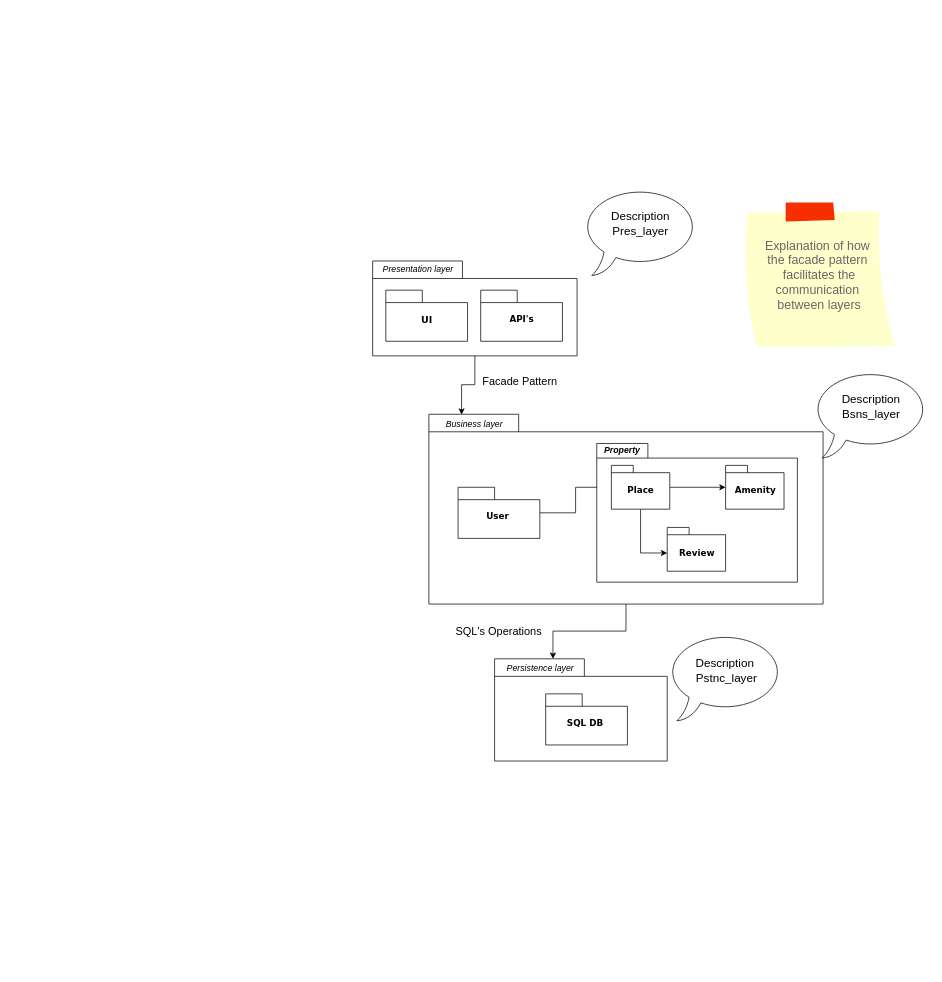
Above: HBnB Evolution - Package Diagram.drawio in JacobsDevs/HBnB_evolution (draw.io), before the change. Source tidied: cells renumbered, new cells numbered last; positions are measured from the earlier drawing's top-left corner, leaving out a move shared by most shapes. Both pictures are drawn from the tidied source at 73%, with x=0, y=0 at pixel (372, 188).
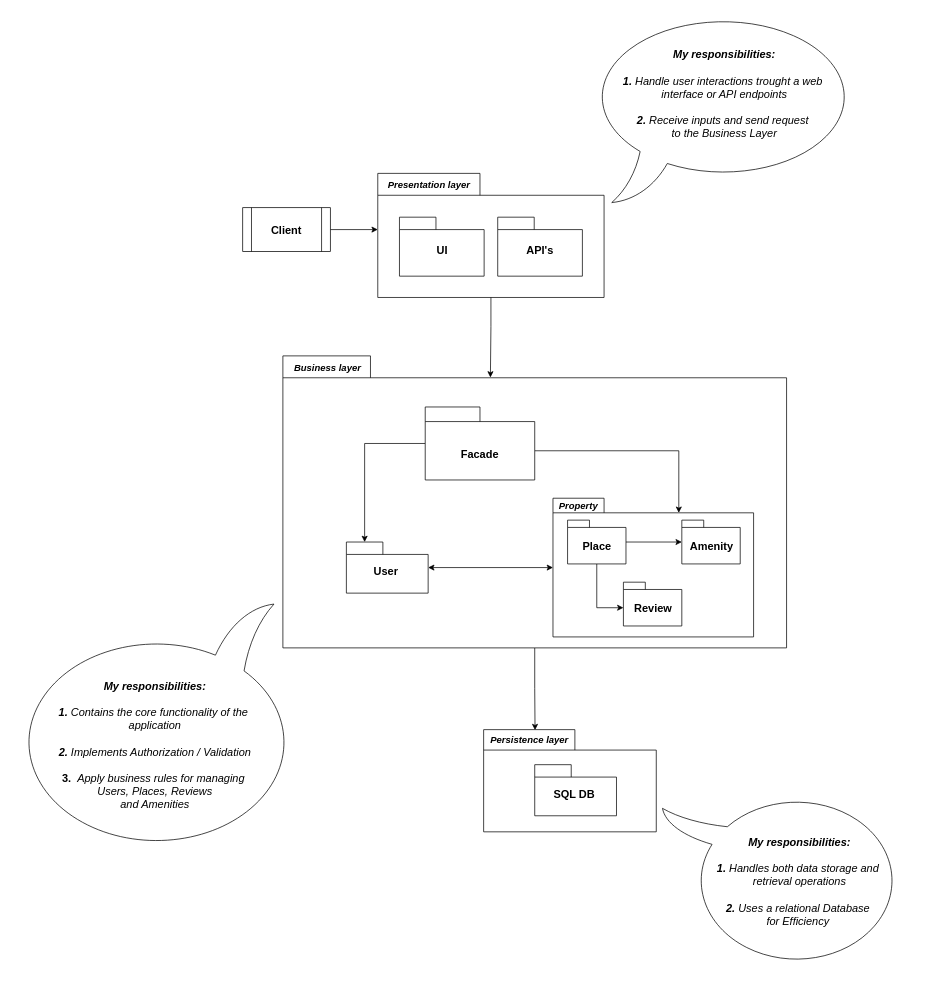
The same page after the edit.

Commit message:
Description of layers - HBnB Evolution

The edit, as a diff of the source:
```diff
@@
+    <mxCell id="32" style="edgeStyle=orthogonalEdgeStyle;rounded=0;jettySize=auto;html=1;endArrow=classic;endFill=1;entryX=0;entryY=0;entryDx=0;entryDy=77;entryPerimeter=0;" parent="1" edge="1" source="33" target="3">
+      <mxGeometry relative="1" as="geometry" />
+    </mxCell>
+    <mxCell id="33" style="shape=process;whiteSpace=wrap;html=1;backgroundOutline=1;" parent="1" vertex="1">
+      <mxGeometry x="-178" y="27" width="120" height="60" as="geometry" />
+    </mxCell>
     <mxCell id="2" style="group;fontStyle=2;" parent="1" vertex="1">
-      <mxGeometry y="100" width="280" height="130" as="geometry" />
+      <mxGeometry x="7" y="-20" width="310" height="170" as="geometry" />
     </mxCell>
-    <mxCell id="3" style="shape=folder;fontStyle=1;spacingTop=10;tabWidth=123;tabHeight=24;tabPosition=left;html=1;rounded=0;shadow=0;comic=0;labelBackgroundColor=none;strokeWidth=1;fontFamily=Verdana;fontSize=10;align=center;" parent="2" vertex="1">
-      <mxGeometry width="280" height="130" as="geometry" />
+    <mxCell id="3" style="shape=folder;fontStyle=1;spacingTop=10;tabWidth=140;tabHeight=30;tabPosition=left;html=1;rounded=0;shadow=0;comic=0;labelBackgroundColor=none;strokeWidth=1;fontFamily=Verdana;fontSize=10;align=center;" parent="2" vertex="1">
+      <mxGeometry width="310" height="170" as="geometry" />
     </mxCell>
-    <mxCell id="4" value="&lt;font style=&quot;font-size: 13px;&quot;&gt;UI&lt;/font&gt;" style="shape=folder;fontStyle=1;spacingTop=10;tabWidth=50;tabHeight=17;tabPosition=left;html=1;rounded=0;shadow=0;comic=0;labelBackgroundColor=none;strokeWidth=1;fontFamily=Verdana;fontSize=10;align=center;" parent="2" vertex="1">
-      <mxGeometry x="18" y="40" width="112" height="70" as="geometry" />
+    <mxCell id="4" value="&lt;font face=&quot;Helvetica&quot; style=&quot;font-size: 15px;&quot;&gt;UI&lt;/font&gt;" style="shape=folder;fontStyle=1;spacingTop=10;tabWidth=50;tabHeight=17;tabPosition=left;html=1;rounded=0;shadow=0;comic=0;labelBackgroundColor=none;strokeWidth=1;fontFamily=Verdana;fontSize=10;align=center;" parent="2" vertex="1">
+      <mxGeometry x="29.7" y="60" width="116" height="80.8" as="geometry" />
     </mxCell>
-    <mxCell id="5" value="&lt;font style=&quot;font-size: 12px;&quot;&gt;API's&lt;/font&gt;" style="shape=folder;fontStyle=1;spacingTop=10;tabWidth=50;tabHeight=17;tabPosition=left;html=1;rounded=0;shadow=0;comic=0;labelBackgroundColor=none;strokeWidth=1;fontFamily=Verdana;fontSize=10;align=center;" parent="2" vertex="1">
-      <mxGeometry x="148" y="40" width="112" height="70" as="geometry" />
+    <mxCell id="5" value="&lt;font face=&quot;Helvetica&quot; style=&quot;font-size: 15px;&quot;&gt;API's&lt;/font&gt;" style="shape=folder;fontStyle=1;spacingTop=10;tabWidth=50;tabHeight=17;tabPosition=left;html=1;rounded=0;shadow=0;comic=0;labelBackgroundColor=none;strokeWidth=1;fontFamily=Verdana;fontSize=10;align=center;" parent="2" vertex="1">
+      <mxGeometry x="164.3" y="60" width="116" height="80.8" as="geometry" />
     </mxCell>
-    <mxCell id="6" value="&lt;i style=&quot;&quot;&gt;Presentation layer&lt;/i&gt;" style="text;html=1;align=center;verticalAlign=middle;whiteSpace=wrap;rounded=0;" parent="2" vertex="1">
-      <mxGeometry x="11" y="-3" width="103" height="30" as="geometry" />
+    <mxCell id="6" value="&lt;i&gt;&lt;b&gt;&lt;font style=&quot;font-size: 13px;&quot;&gt;Presentation layer&lt;/font&gt;&lt;/b&gt;&lt;/i&gt;" style="text;html=1;align=center;verticalAlign=middle;whiteSpace=wrap;rounded=0;fontSize=12;" parent="2" vertex="1">
+      <mxGeometry x="9" y="-1" width="123" height="34.6" as="geometry" />
     </mxCell>
-    <mxCell id="7" style="edgeStyle=orthogonalEdgeStyle;rounded=0;jettySize=auto;html=1;" parent="1" edge="1" source="8" target="15">
-      <mxGeometry relative="1" as="geometry">
-        <Array as="points">
-          <mxPoint x="347" y="607" />
-          <mxPoint x="247" y="607" />
-        </Array>
-      </mxGeometry>
-    </mxCell>
+    <mxCell id="34" style="edgeStyle=orthogonalEdgeStyle;rounded=0;jettySize=auto;html=1;entryX=0.562;entryY=0.056;entryDx=0;entryDy=0;entryPerimeter=0;" parent="1" edge="1" source="8" target="25">
+      <mxGeometry relative="1" as="geometry" />
+    </mxCell>
-    <mxCell id="8" style="shape=folder;fontStyle=1;spacingTop=10;tabWidth=123;tabHeight=24;tabPosition=left;html=1;rounded=0;shadow=0;comic=0;labelBackgroundColor=none;strokeColor=#000000;strokeWidth=1;fillColor=#ffffff;fontFamily=Verdana;fontSize=10;fontColor=#000000;align=center;" parent="1" vertex="1">
-      <mxGeometry x="77" y="310" width="540" height="260" as="geometry" />
+    <mxCell id="8" style="shape=folder;fontStyle=1;spacingTop=10;tabWidth=120;tabHeight=30;tabPosition=left;html=1;rounded=0;shadow=0;comic=0;labelBackgroundColor=none;strokeColor=#000000;strokeWidth=1;fillColor=#ffffff;fontFamily=Verdana;fontSize=10;fontColor=#000000;align=center;" parent="1" vertex="1">
+      <mxGeometry x="-123" y="230" width="690" height="400" as="geometry" />
     </mxCell>
-    <mxCell id="9" style="edgeStyle=orthogonalEdgeStyle;rounded=0;jettySize=auto;html=1;" parent="1" edge="1" source="10" target="14">
+    <mxCell id="9" style="edgeStyle=orthogonalEdgeStyle;rounded=0;jettySize=auto;html=1;startArrow=classic;startFill=1;endArrow=classic;endFill=1;" parent="1" edge="1" source="10" target="11">
       <mxGeometry relative="1" as="geometry" />
     </mxCell>
-    <mxCell id="10" value="User&amp;nbsp;" style="shape=folder;fontStyle=1;spacingTop=10;tabWidth=50;tabHeight=17;tabPosition=left;html=1;rounded=0;shadow=0;comic=0;labelBackgroundColor=none;strokeColor=#000000;strokeWidth=1;fillColor=#ffffff;fontFamily=Verdana;fontSize=12;fontColor=#000000;align=center;" parent="1" vertex="1">
-      <mxGeometry x="117" y="410" width="112" height="70" as="geometry" />
+    <mxCell id="10" value="&lt;font style=&quot;font-size: 15px;&quot; face=&quot;Helvetica&quot;&gt;User&amp;nbsp;&lt;/font&gt;" style="shape=folder;fontStyle=1;spacingTop=10;tabWidth=50;tabHeight=17;tabPosition=left;html=1;rounded=0;shadow=0;comic=0;labelBackgroundColor=none;strokeColor=#000000;strokeWidth=1;fillColor=#ffffff;fontFamily=Verdana;fontSize=12;fontColor=#000000;align=center;" parent="1" vertex="1">
+      <mxGeometry x="-36" y="485" width="112" height="70" as="geometry" />
     </mxCell>
     <mxCell id="11" style="shape=folder;fontStyle=1;spacingTop=10;tabWidth=70;tabHeight=20;tabPosition=left;html=1;rounded=0;shadow=0;comic=0;labelBackgroundColor=none;strokeColor=#000000;strokeWidth=1;fillColor=#ffffff;fontFamily=Verdana;fontSize=10;fontColor=#000000;align=center;" parent="1" vertex="1">
-      <mxGeometry x="307" y="350" width="274.8" height="190" as="geometry" />
+      <mxGeometry x="247" y="425" width="274.8" height="190" as="geometry" />
     </mxCell>
@@
-    <mxCell id="14" value="&lt;font style=&quot;font-size: 12px;&quot;&gt;Place&lt;/font&gt;" style="shape=folder;fontStyle=1;spacingTop=10;tabWidth=30;tabHeight=10;tabPosition=left;html=1;rounded=0;shadow=0;comic=0;labelBackgroundColor=none;strokeColor=#000000;strokeWidth=1;fillColor=#ffffff;fontFamily=Verdana;fontSize=10;fontColor=#000000;align=center;" parent="1" vertex="1">
-      <mxGeometry x="327" y="380" width="80" height="60" as="geometry" />
+    <mxCell id="14" value="&lt;font face=&quot;Helvetica&quot; style=&quot;font-size: 15px;&quot;&gt;Place&lt;/font&gt;" style="shape=folder;fontStyle=1;spacingTop=10;tabWidth=30;tabHeight=10;tabPosition=left;html=1;rounded=0;shadow=0;comic=0;labelBackgroundColor=none;strokeColor=#000000;strokeWidth=1;fillColor=#ffffff;fontFamily=Verdana;fontSize=10;fontColor=#000000;align=center;" parent="1" vertex="1">
+      <mxGeometry x="267" y="455" width="80" height="60" as="geometry" />
     </mxCell>
-    <mxCell id="15" style="shape=folder;fontStyle=1;spacingTop=10;tabWidth=123;tabHeight=24;tabPosition=left;html=1;rounded=0;shadow=0;comic=0;labelBackgroundColor=none;strokeWidth=1;fontFamily=Verdana;fontSize=10;align=center;" parent="1" vertex="1">
-      <mxGeometry x="167" y="645" width="236.5" height="140" as="geometry" />
+    <mxCell id="15" style="shape=folder;fontStyle=1;spacingTop=10;tabWidth=125;tabHeight=28;tabPosition=left;html=1;rounded=0;shadow=0;comic=0;labelBackgroundColor=none;strokeWidth=1;fontFamily=Verdana;fontSize=10;align=center;" parent="1" vertex="1">
+      <mxGeometry x="152" y="742" width="236.5" height="140" as="geometry" />
     </mxCell>
-    <mxCell id="16" value="&lt;font style=&quot;font-size: 12px;&quot;&gt;SQL DB&amp;nbsp;&lt;/font&gt;" style="shape=folder;fontStyle=1;spacingTop=10;tabWidth=50;tabHeight=17;tabPosition=left;html=1;rounded=0;shadow=0;comic=0;labelBackgroundColor=none;strokeWidth=1;fontFamily=Verdana;fontSize=10;align=center;" parent="1" vertex="1">
-      <mxGeometry x="237" y="693" width="112" height="70" as="geometry" />
+    <mxCell id="16" value="&lt;font face=&quot;Helvetica&quot; style=&quot;font-size: 15px;&quot;&gt;SQL DB&amp;nbsp;&lt;/font&gt;" style="shape=folder;fontStyle=1;spacingTop=10;tabWidth=50;tabHeight=17;tabPosition=left;html=1;rounded=0;shadow=0;comic=0;labelBackgroundColor=none;strokeWidth=1;fontFamily=Verdana;fontSize=10;align=center;" parent="1" vertex="1">
+      <mxGeometry x="222" y="790" width="112" height="70" as="geometry" />
     </mxCell>
-    <mxCell id="17" style="whiteSpace=wrap;html=1;shape=mxgraph.basic.oval_callout;" parent="1" vertex="1">
-      <mxGeometry x="287" width="160" height="120" as="geometry" />
+    <mxCell id="17" style="whiteSpace=wrap;html=1;shape=mxgraph.basic.oval_callout;align=center;" parent="1" vertex="1">
+      <mxGeometry x="297" y="-240" width="370" height="260" as="geometry" />
     </mxCell>
-    <mxCell id="18" value="Description Pres_layer" style="text;html=1;align=center;verticalAlign=middle;whiteSpace=wrap;rounded=0;fontSize=16;" parent="1" vertex="1">
-      <mxGeometry x="322" y="20" width="90" height="58" as="geometry" />
-    </mxCell>
-    <mxCell id="19" style="whiteSpace=wrap;html=1;shape=mxgraph.basic.oval_callout;" parent="1" vertex="1">
-      <mxGeometry x="602.5" y="250" width="160" height="120" as="geometry" />
-    </mxCell>
-    <mxCell id="20" value="Description Bsns_layer" style="text;html=1;align=center;verticalAlign=middle;whiteSpace=wrap;rounded=0;fontSize=16;" parent="1" vertex="1">
-      <mxGeometry x="637.5" y="270" width="90" height="58" as="geometry" />
-    </mxCell>
-    <mxCell id="21" style="whiteSpace=wrap;html=1;shape=mxgraph.basic.oval_callout;" parent="1" vertex="1">
-      <mxGeometry x="403.5" y="610" width="160" height="120" as="geometry" />
-    </mxCell>
-    <mxCell id="22" value="Description&amp;nbsp;&lt;div&gt;Pstnc_layer&lt;/div&gt;" style="text;html=1;align=center;verticalAlign=middle;whiteSpace=wrap;rounded=0;fontSize=16;" parent="1" vertex="1">
-      <mxGeometry x="439.5" y="632" width="90" height="58" as="geometry" />
-    </mxCell>
-    <mxCell id="23" value="&lt;i style=&quot;&quot;&gt;Business layer&lt;/i&gt;" style="text;html=1;align=center;verticalAlign=middle;whiteSpace=wrap;rounded=0;" parent="1" vertex="1">
-      <mxGeometry x="87.5" y="309" width="103" height="30" as="geometry" />
+    <mxCell id="23" value="&lt;i style=&quot;&quot;&gt;&lt;b&gt;&lt;font style=&quot;font-size: 13px;&quot;&gt;Business layer&lt;/font&gt;&lt;/b&gt;&lt;/i&gt;" style="text;html=1;align=center;verticalAlign=middle;whiteSpace=wrap;rounded=0;" parent="1" vertex="1">
+      <mxGeometry x="-113" y="231" width="103" height="30" as="geometry" />
     </mxCell>
-    <mxCell id="24" value="&lt;i&gt;&lt;b&gt;Property&lt;/b&gt;&lt;/i&gt;" style="text;html=1;align=center;verticalAlign=middle;whiteSpace=wrap;rounded=0;" parent="1" vertex="1">
-      <mxGeometry x="312" y="345" width="60" height="30" as="geometry" />
+    <mxCell id="24" value="&lt;i&gt;&lt;b&gt;&lt;font style=&quot;font-size: 13px;&quot;&gt;Property&lt;/font&gt;&lt;/b&gt;&lt;/i&gt;" style="text;html=1;align=center;verticalAlign=middle;whiteSpace=wrap;rounded=0;" parent="1" vertex="1">
+      <mxGeometry x="252" y="420" width="60" height="30" as="geometry" />
     </mxCell>
-    <mxCell id="25" value="&lt;i&gt;Persistence layer&lt;/i&gt;" style="text;html=1;align=center;verticalAlign=middle;whiteSpace=wrap;rounded=0;" parent="1" vertex="1">
-      <mxGeometry x="170" y="643" width="120" height="30" as="geometry" />
+    <mxCell id="25" value="&lt;span&gt;&lt;font style=&quot;font-size: 13px;&quot;&gt;Persistence layer&lt;/font&gt;&lt;/span&gt;" style="text;html=1;align=center;verticalAlign=middle;whiteSpace=wrap;rounded=0;fontStyle=3;" parent="1" vertex="1">
+      <mxGeometry x="155" y="741" width="120" height="30" as="geometry" />
     </mxCell>
-    <mxCell id="26" value="&lt;font style=&quot;font-size: 15px;&quot;&gt;Facade Pattern&lt;/font&gt;" style="text;html=1;align=center;verticalAlign=middle;whiteSpace=wrap;rounded=0;" parent="1" vertex="1">
-      <mxGeometry x="127" y="240" width="150" height="50" as="geometry" />
+    <mxCell id="26" value="&lt;b style=&quot;&quot;&gt;&lt;font face=&quot;Helvetica&quot; style=&quot;font-size: 15px;&quot;&gt;Client&lt;/font&gt;&lt;/b&gt;" style="text;html=1;align=center;verticalAlign=middle;whiteSpace=wrap;rounded=0;" parent="1" vertex="1">
+      <mxGeometry x="-193" y="32" width="150" height="50" as="geometry" />
     </mxCell>
-    <mxCell id="27" value="&lt;font style=&quot;font-size: 15px;&quot;&gt;SQL's Operations&lt;/font&gt;" style="text;html=1;align=center;verticalAlign=middle;whiteSpace=wrap;rounded=0;" parent="1" vertex="1">
-      <mxGeometry x="98" y="582" width="150" height="50" as="geometry" />
-    </mxCell>
-    <mxCell id="28" style="edgeStyle=orthogonalEdgeStyle;rounded=0;jettySize=auto;html=1;entryX=0.333;entryY=0.051;entryDx=0;entryDy=0;entryPerimeter=0;" parent="1" edge="1" source="3" target="23">
-      <mxGeometry relative="1" as="geometry" />
-    </mxCell>
-    <mxCell id="29" value="&lt;font style=&quot;font-size: 12px;&quot;&gt;Review&lt;/font&gt;" style="shape=folder;fontStyle=1;spacingTop=10;tabWidth=30;tabHeight=10;tabPosition=left;html=1;rounded=0;shadow=0;comic=0;labelBackgroundColor=none;strokeColor=#000000;strokeWidth=1;fillColor=#ffffff;fontFamily=Verdana;fontSize=10;fontColor=#000000;align=center;" parent="1" vertex="1">
-      <mxGeometry x="403.5" y="465" width="80" height="60" as="geometry" />
+    <mxCell id="29" value="&lt;font face=&quot;Helvetica&quot; style=&quot;font-size: 15px;&quot;&gt;Review&lt;/font&gt;" style="shape=folder;fontStyle=1;spacingTop=10;tabWidth=30;tabHeight=10;tabPosition=left;html=1;rounded=0;shadow=0;comic=0;labelBackgroundColor=none;strokeColor=#000000;strokeWidth=1;fillColor=#ffffff;fontFamily=Verdana;fontSize=10;fontColor=#000000;align=center;" parent="1" vertex="1">
+      <mxGeometry x="343.5" y="540" width="80" height="60" as="geometry" />
     </mxCell>
-    <mxCell id="30" value="&lt;font style=&quot;font-size: 12px;&quot;&gt;Amenity&lt;/font&gt;" style="shape=folder;fontStyle=1;spacingTop=10;tabWidth=30;tabHeight=10;tabPosition=left;html=1;rounded=0;shadow=0;comic=0;labelBackgroundColor=none;strokeColor=#000000;strokeWidth=1;fillColor=#ffffff;fontFamily=Verdana;fontSize=10;fontColor=#000000;align=center;" parent="1" vertex="1">
-      <mxGeometry x="483.5" y="380" width="80" height="60" as="geometry" />
+    <mxCell id="30" value="&lt;font face=&quot;Helvetica&quot; style=&quot;font-size: 15px;&quot;&gt;Amenity&lt;/font&gt;" style="shape=folder;fontStyle=1;spacingTop=10;tabWidth=30;tabHeight=10;tabPosition=left;html=1;rounded=0;shadow=0;comic=0;labelBackgroundColor=none;strokeColor=#000000;strokeWidth=1;fillColor=#ffffff;fontFamily=Verdana;fontSize=10;fontColor=#000000;align=center;" parent="1" vertex="1">
+      <mxGeometry x="423.5" y="455" width="80" height="60" as="geometry" />
     </mxCell>
-    <mxCell id="31" value="Explanation of how&amp;nbsp;&lt;div&gt;the facade pattern&amp;nbsp;&lt;/div&gt;&lt;div&gt;facilitates the communication&amp;nbsp;&lt;/div&gt;&lt;div&gt;between layers&lt;/div&gt;" style="strokeWidth=1;shadow=0;dashed=0;align=center;html=1;shape=mxgraph.mockup.text.stickyNote2;fontColor=#666666;mainText=;fontSize=17;whiteSpace=wrap;fillColor=#ffffcc;strokeColor=#F62E00;" parent="1" vertex="1">
-      <mxGeometry x="507" y="20" width="210" height="200" as="geometry" />
-    </mxCell>
+    <mxCell id="35" style="edgeStyle=orthogonalEdgeStyle;rounded=0;jettySize=auto;html=1;entryX=0;entryY=0;entryDx=25;entryDy=0;entryPerimeter=0;" parent="1" edge="1" source="37" target="10">
+      <mxGeometry relative="1" as="geometry">
+        <Array as="points">
+          <mxPoint x="-11" y="350" />
+        </Array>
+      </mxGeometry>
+    </mxCell>
+    <mxCell id="36" style="edgeStyle=orthogonalEdgeStyle;rounded=0;jettySize=auto;html=1;entryX=0;entryY=0;entryDx=172.375;entryDy=20;entryPerimeter=0;exitX=0;exitY=0;exitDx=150;exitDy=60;exitPerimeter=0;" parent="1" edge="1" source="37" target="11">
+      <mxGeometry relative="1" as="geometry" />
+    </mxCell>
+    <mxCell id="37" style="shape=folder;fontStyle=1;tabWidth=75;tabHeight=20;tabPosition=left;html=1;boundedLbl=1;labelInHeader=1;whiteSpace=wrap;" parent="1" vertex="1">
+      <mxGeometry x="72" y="300" width="150" height="100" as="geometry" />
+    </mxCell>
+    <mxCell id="38" value="&lt;b style=&quot;text-wrap-mode: nowrap;&quot;&gt;&lt;font style=&quot;font-size: 15px;&quot; face=&quot;Helvetica&quot;&gt;Facade&lt;/font&gt;&lt;/b&gt;" style="html=1;strokeColor=none;fillColor=none;whiteSpace=wrap;" parent="37" vertex="1">
+      <mxGeometry width="150" height="70" relative="1" as="geometry">
+        <mxPoint y="30" as="offset" />
+      </mxGeometry>
+    </mxCell>
+    <mxCell id="39" style="whiteSpace=wrap;html=1;shape=mxgraph.basic.oval_callout;direction=west;" parent="1" vertex="1">
+      <mxGeometry x="-493" y="570" width="390" height="340" as="geometry" />
+    </mxCell>
+    <mxCell id="40" style="edgeStyle=orthogonalEdgeStyle;rounded=0;jettySize=auto;html=1;entryX=0.412;entryY=0.074;entryDx=0;entryDy=0;entryPerimeter=0;" parent="1" edge="1" source="3" target="8">
+      <mxGeometry relative="1" as="geometry" />
+    </mxCell>
+    <mxCell id="41" value="&lt;b&gt;&lt;i&gt;&lt;font style=&quot;font-size: 15px;&quot;&gt;My responsibilities:&lt;/font&gt;&lt;/i&gt;&lt;/b&gt;&lt;div&gt;&lt;b&gt;&lt;i&gt;&lt;font style=&quot;font-size: 15px;&quot;&gt;&lt;br&gt;&lt;/font&gt;&lt;/i&gt;&lt;/b&gt;&lt;/div&gt;&lt;div&gt;&lt;i&gt;&lt;font style=&quot;font-size: 15px;&quot;&gt;&lt;b&gt;1.&amp;nbsp;&lt;/b&gt;Handle user interactions trought a web&amp;nbsp;&lt;/font&gt;&lt;/i&gt;&lt;/div&gt;&lt;div&gt;&lt;i&gt;&lt;font style=&quot;font-size: 15px;&quot;&gt;interface or API endpoints&lt;/font&gt;&lt;/i&gt;&lt;/div&gt;&lt;div&gt;&lt;i&gt;&lt;font style=&quot;font-size: 15px;&quot;&gt;&lt;br&gt;&lt;/font&gt;&lt;/i&gt;&lt;/div&gt;&lt;div&gt;&lt;font style=&quot;font-size: 15px;&quot;&gt;&lt;b&gt;&lt;i&gt;2.&lt;/i&gt;&lt;/b&gt;&lt;i&gt;&amp;nbsp;Receive inputs and send request&amp;nbsp;&lt;/i&gt;&lt;/font&gt;&lt;/div&gt;&lt;div&gt;&lt;i&gt;&lt;font style=&quot;font-size: 15px;&quot;&gt;t&lt;/font&gt;&lt;/i&gt;&lt;i style=&quot;background-color: transparent; color: light-dark(rgb(0, 0, 0), rgb(255, 255, 255));&quot;&gt;&lt;font style=&quot;font-size: 15px;&quot;&gt;o the Business Layer&lt;/font&gt;&lt;/i&gt;&lt;/div&gt;" style="text;html=1;align=center;verticalAlign=middle;whiteSpace=wrap;rounded=0;" parent="1" vertex="1">
+      <mxGeometry x="290.2" y="-194" width="383.5" height="130" as="geometry" />
+    </mxCell>
+    <mxCell id="42" value="&lt;b&gt;&lt;i&gt;&lt;font style=&quot;font-size: 15px;&quot;&gt;My responsibilities:&lt;/font&gt;&lt;/i&gt;&lt;/b&gt;&lt;div&gt;&lt;b&gt;&lt;i&gt;&lt;font style=&quot;font-size: 15px;&quot;&gt;&lt;br&gt;&lt;/font&gt;&lt;/i&gt;&lt;/b&gt;&lt;/div&gt;&lt;div&gt;&lt;font style=&quot;font-size: 15px;&quot;&gt;&lt;b style=&quot;font-style: italic;&quot;&gt;1. &lt;/b&gt;&lt;span style=&quot;font-style: italic;&quot;&gt;Contains the core functionality of the&amp;nbsp;&lt;/span&gt;&lt;/font&gt;&lt;/div&gt;&lt;div&gt;&lt;font style=&quot;font-size: 15px;&quot;&gt;&lt;i&gt;application&lt;/i&gt;&lt;/font&gt;&lt;/div&gt;&lt;div&gt;&lt;i&gt;&lt;font style=&quot;font-size: 15px;&quot;&gt;&lt;br&gt;&lt;/font&gt;&lt;/i&gt;&lt;/div&gt;&lt;div&gt;&lt;font style=&quot;font-size: 15px;&quot;&gt;&lt;b&gt;&lt;i&gt;2.&lt;/i&gt;&lt;/b&gt;&lt;i&gt;&amp;nbsp;Implements Authorization / Validation&lt;/i&gt;&lt;/font&gt;&lt;/div&gt;&lt;div&gt;&lt;font style=&quot;font-size: 15px;&quot;&gt;&lt;i&gt;&lt;br&gt;&lt;/i&gt;&lt;/font&gt;&lt;/div&gt;&lt;div&gt;&lt;font style=&quot;font-size: 15px;&quot;&gt;&lt;b&gt;3.&amp;nbsp;&lt;/b&gt;&lt;i&gt;&amp;nbsp;Apply business rules&amp;nbsp;&lt;/i&gt;&lt;/font&gt;&lt;i style=&quot;font-size: 15px; background-color: transparent; color: light-dark(rgb(0, 0, 0), rgb(255, 255, 255));&quot;&gt;for managing&amp;nbsp;&lt;/i&gt;&lt;/div&gt;&lt;div&gt;&lt;i style=&quot;font-size: 15px; background-color: transparent; color: light-dark(rgb(0, 0, 0), rgb(255, 255, 255));&quot;&gt;Users, Places, Reviews&lt;/i&gt;&lt;/div&gt;&lt;div&gt;&lt;span style=&quot;font-size: 15px;&quot;&gt;&lt;i&gt;and Amenities&lt;/i&gt;&lt;/span&gt;&lt;/div&gt;" style="text;html=1;align=center;verticalAlign=middle;whiteSpace=wrap;rounded=0;" parent="1" vertex="1">
+      <mxGeometry x="-489.8" y="648" width="383.5" height="230" as="geometry" />
+    </mxCell>
+    <mxCell id="43" style="whiteSpace=wrap;html=1;shape=mxgraph.basic.oval_callout;direction=south;" parent="1" vertex="1">
+      <mxGeometry x="397" y="830" width="330" height="240" as="geometry" />
+    </mxCell>
+    <mxCell id="44" value="&lt;b&gt;&lt;i&gt;&lt;font style=&quot;font-size: 15px;&quot;&gt;My responsibilities:&lt;/font&gt;&lt;/i&gt;&lt;/b&gt;&lt;div&gt;&lt;b&gt;&lt;i&gt;&lt;font style=&quot;font-size: 15px;&quot;&gt;&lt;br&gt;&lt;/font&gt;&lt;/i&gt;&lt;/b&gt;&lt;/div&gt;&lt;div&gt;&lt;i&gt;&lt;font style=&quot;font-size: 15px;&quot;&gt;&lt;b&gt;1.&amp;nbsp;&lt;/b&gt;Handles both data storage and&amp;nbsp;&lt;/font&gt;&lt;/i&gt;&lt;/div&gt;&lt;div&gt;&lt;i&gt;&lt;font style=&quot;font-size: 15px;&quot;&gt;retrieval operations&lt;/font&gt;&lt;/i&gt;&lt;/div&gt;&lt;div&gt;&lt;i&gt;&lt;font style=&quot;font-size: 15px;&quot;&gt;&lt;br&gt;&lt;/font&gt;&lt;/i&gt;&lt;/div&gt;&lt;div&gt;&lt;font style=&quot;font-size: 15px;&quot;&gt;&lt;b&gt;&lt;i&gt;2.&lt;/i&gt;&lt;/b&gt;&lt;i&gt;&amp;nbsp;Uses a relational Database&amp;nbsp;&lt;/i&gt;&lt;/font&gt;&lt;/div&gt;&lt;div&gt;&lt;i style=&quot;font-size: 15px; background-color: transparent; color: light-dark(rgb(0, 0, 0), rgb(255, 255, 255));&quot;&gt;for Efficiency&amp;nbsp;&lt;/i&gt;&lt;/div&gt;" style="text;html=1;align=center;verticalAlign=middle;whiteSpace=wrap;rounded=0;" parent="1" vertex="1">
+      <mxGeometry x="433" y="885" width="303.5" height="130" as="geometry" />
+    </mxCell>
```
